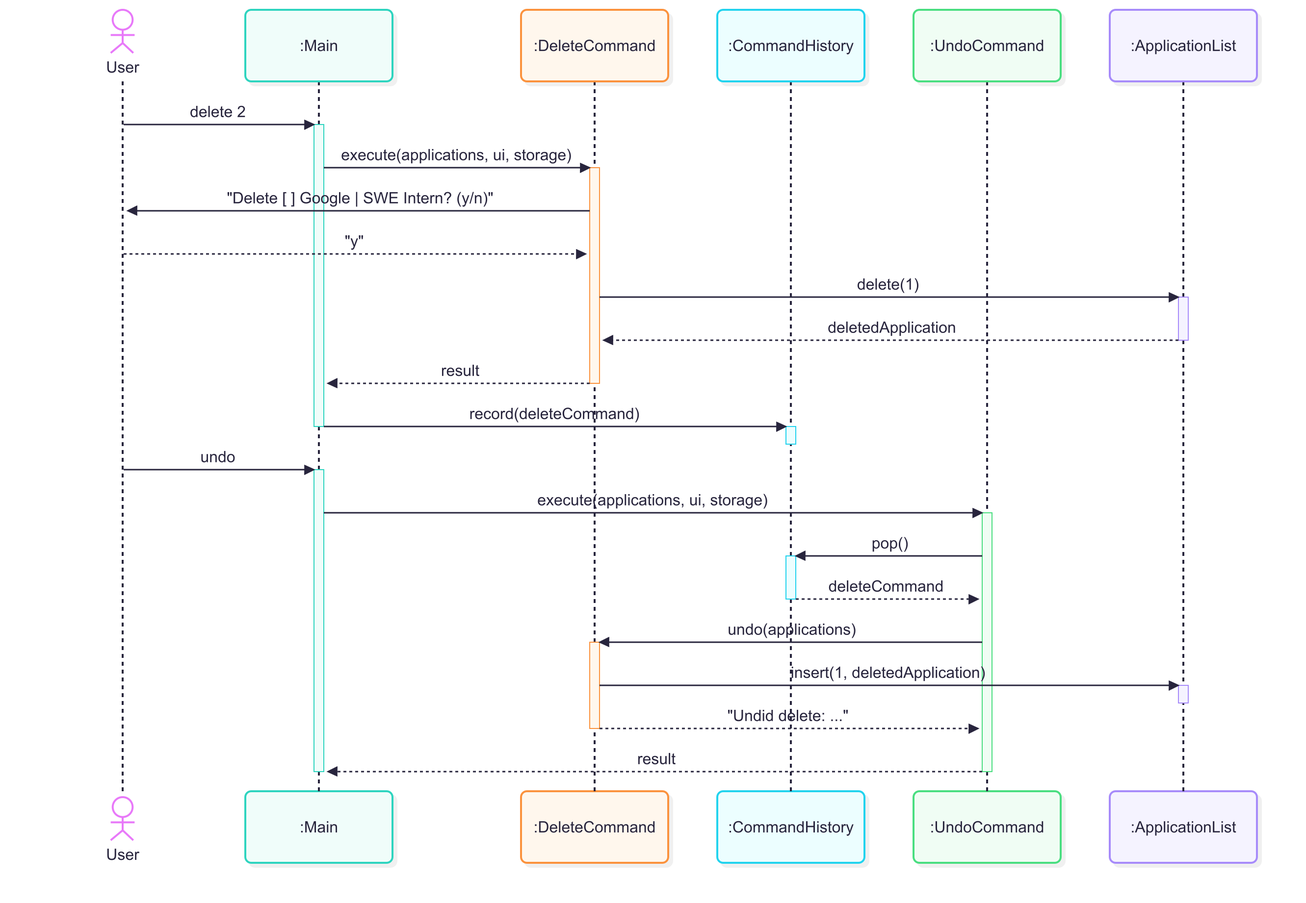
AY2627S1-CS2113-T10-2/tp keeps this Mermaid diagram as docs/diagrams/delete-confirmation-undo-sequence.png. Above is the earlier version. Its source is kept beside it as docs/diagrams/sources/delete-confirmation-undo-sequence.mmd. The source it was exported from:
```mermaid
sequenceDiagram
    actor user as User
    participant main as :Main
    participant del as :DeleteCommand
    participant history as :CommandHistory
    participant undo as :UndoCommand
    participant list as :ApplicationList

    user->>main: delete 2
    activate main
    main->>del: execute(applications, ui, storage)
    activate del
    del->>user: "Delete [ ] Google | SWE Intern? (y/n)"
    user-->>del: "y"
    del->>list: delete(1)
    activate list
    list-->>del: deletedApplication
    deactivate list
    del-->>main: result
    deactivate del
    main->>history: record(deleteCommand)
    activate history
    deactivate history
    deactivate main

    user->>main: undo
    activate main
    main->>undo: execute(applications, ui, storage)
    activate undo
    undo->>history: pop()
    activate history
    history-->>undo: deleteCommand
    deactivate history
    undo->>del: undo(applications)
    activate del
    del->>list: insert(1, deletedApplication)
    activate list
    deactivate list
    del-->>undo: "Undid delete: ..."
    deactivate del
    undo-->>main: result
    deactivate undo
    deactivate main
```
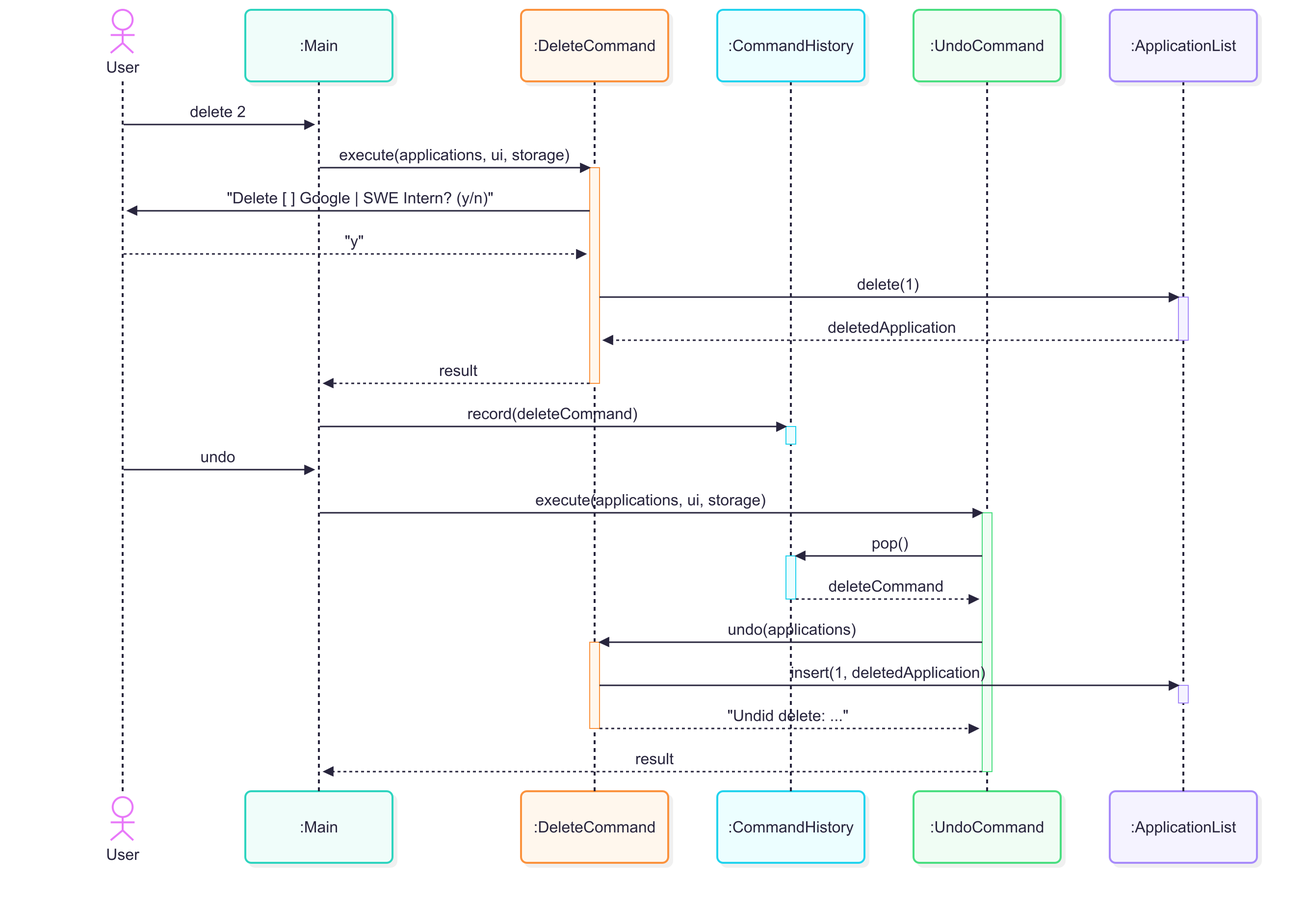
After the commit.

The edit, as a diff of the source:
```diff
@@ -7,7 +7,6 @@
     participant list as :ApplicationList
 
     user->>main: delete 2
-    activate main
     main->>del: execute(applications, ui, storage)
     activate del
     del->>user: "Delete [ ] Google | SWE Intern? (y/n)"
@@ -21,10 +20,8 @@
     main->>history: record(deleteCommand)
     activate history
     deactivate history
-    deactivate main
 
     user->>main: undo
-    activate main
     main->>undo: execute(applications, ui, storage)
     activate undo
     undo->>history: pop()
@@ -40,4 +37,3 @@
     deactivate del
     undo-->>main: result
     deactivate undo
-    deactivate main
```
